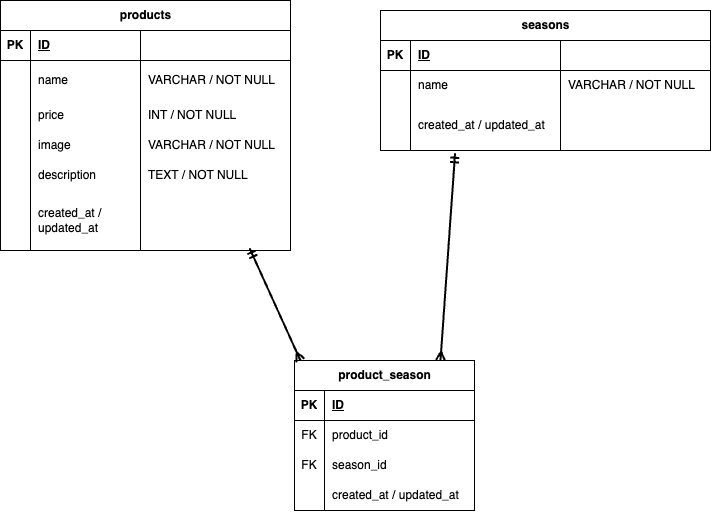
Earlier version of the draw.io export mogitate1.png (kenji-kobayashi15/mogitate). Source tidied: cells renumbered, new cells last; positions are measured from the earlier drawing's top-left corner, leaving out a move shared by most shapes. Its diagram source:
```xml
<mxGraphModel background="#FFFFFF">
  <root>
    <mxCell id="0" />
    <mxCell id="1" parent="0" />
    <mxCell id="2" value="seasons" style="shape=table;startSize=30;rowLines=0;fontStyle=1;align=center;html=1;" parent="1" vertex="1">
      <mxGeometry x="380" y="10" width="330" height="140" as="geometry" />
    </mxCell>
    <mxCell id="3" style="shape=tableRow;horizontal=0;startSize=0;swimlaneHead=0;swimlaneBody=0;fillColor=none;top=0;left=0;right=0;bottom=1;" parent="2" vertex="1">
      <mxGeometry y="30" width="330" height="30" as="geometry" />
    </mxCell>
    <mxCell id="4" value="PK" style="shape=partialRectangle;fillColor=none;top=0;left=0;bottom=0;right=0;fontStyle=1;overflow=hidden;whiteSpace=wrap;html=1;" parent="3" vertex="1">
      <mxGeometry width="30" height="30" as="geometry" />
    </mxCell>
    <mxCell id="5" value="ID" style="shape=partialRectangle;fillColor=none;top=0;left=0;bottom=0;right=0;align=left;spacingLeft=6;fontStyle=5;overflow=hidden;whiteSpace=wrap;html=1;" parent="3" vertex="1">
      <mxGeometry x="30" width="150" height="30" as="geometry" />
    </mxCell>
    <mxCell id="6" style="shape=partialRectangle;fillColor=none;top=0;left=0;bottom=0;right=0;align=left;spacingLeft=6;fontStyle=5;overflow=hidden;whiteSpace=wrap;html=1;" parent="3" vertex="1">
      <mxGeometry x="180" width="150" height="30" as="geometry" />
    </mxCell>
    <mxCell id="7" style="shape=tableRow;horizontal=0;startSize=0;swimlaneHead=0;swimlaneBody=0;fillColor=none;top=0;left=0;right=0;bottom=0;" parent="2" vertex="1">
      <mxGeometry y="60" width="330" height="30" as="geometry" />
    </mxCell>
    <mxCell id="8" style="shape=partialRectangle;fillColor=none;top=0;left=0;bottom=0;right=0;overflow=hidden;whiteSpace=wrap;html=1;" parent="7" vertex="1">
      <mxGeometry width="30" height="30" as="geometry" />
    </mxCell>
    <mxCell id="9" value="name" style="shape=partialRectangle;fillColor=none;top=0;left=0;bottom=0;right=0;align=left;spacingLeft=6;overflow=hidden;whiteSpace=wrap;html=1;" parent="7" vertex="1">
      <mxGeometry x="30" width="150" height="30" as="geometry" />
    </mxCell>
    <mxCell id="10" value="&lt;meta charset=&quot;utf-8&quot;&gt;VARCHAR / NOT NULL" style="shape=partialRectangle;fillColor=none;top=0;left=0;bottom=0;right=0;align=left;spacingLeft=6;overflow=hidden;whiteSpace=wrap;html=1;" parent="7" vertex="1">
      <mxGeometry x="180" width="150" height="30" as="geometry" />
    </mxCell>
    <mxCell id="11" style="shape=tableRow;horizontal=0;startSize=0;swimlaneHead=0;swimlaneBody=0;fillColor=none;points=[[0,0.5],[1,0.5]];portConstraint=eastwest;top=0;left=0;right=0;bottom=0;" parent="2" vertex="1">
      <mxGeometry y="90" width="330" height="50" as="geometry" />
    </mxCell>
    <mxCell id="12" style="shape=partialRectangle;fillColor=none;top=0;left=0;bottom=0;right=0;overflow=hidden;whiteSpace=wrap;html=1;" parent="11" vertex="1">
      <mxGeometry width="30" height="50" as="geometry" />
    </mxCell>
    <mxCell id="13" value="&lt;meta charset=&quot;utf-8&quot;&gt;created_at / updated_at" style="shape=partialRectangle;fillColor=none;top=0;left=0;bottom=0;right=0;align=left;spacingLeft=6;overflow=hidden;whiteSpace=wrap;html=1;" parent="11" vertex="1">
      <mxGeometry x="30" width="150" height="50" as="geometry" />
    </mxCell>
    <mxCell id="14" style="shape=partialRectangle;fillColor=none;top=0;left=0;bottom=0;right=0;align=left;spacingLeft=6;overflow=hidden;whiteSpace=wrap;html=1;" parent="11" vertex="1">
      <mxGeometry x="180" width="150" height="50" as="geometry" />
    </mxCell>
    <mxCell id="15" value="products" style="shape=table;startSize=30;rowLines=0;fontStyle=1;align=center;html=1;" parent="1" vertex="1">
      <mxGeometry width="290" height="250" as="geometry" />
    </mxCell>
    <mxCell id="16" style="shape=tableRow;horizontal=0;startSize=0;swimlaneHead=0;swimlaneBody=0;fillColor=none;top=0;left=0;right=0;bottom=1;" parent="15" vertex="1">
      <mxGeometry y="30" width="290" height="30" as="geometry" />
    </mxCell>
    <mxCell id="17" value="PK" style="shape=partialRectangle;fillColor=none;top=0;left=0;bottom=0;right=0;fontStyle=1;overflow=hidden;whiteSpace=wrap;html=1;" parent="16" vertex="1">
      <mxGeometry width="30" height="30" as="geometry" />
    </mxCell>
    <mxCell id="18" value="ID" style="shape=partialRectangle;fillColor=none;top=0;left=0;bottom=0;right=0;align=left;spacingLeft=6;fontStyle=5;overflow=hidden;whiteSpace=wrap;html=1;" parent="16" vertex="1">
      <mxGeometry x="30" width="110" height="30" as="geometry" />
    </mxCell>
    <mxCell id="19" style="shape=partialRectangle;fillColor=none;top=0;left=0;bottom=0;right=0;align=left;spacingLeft=6;fontStyle=5;overflow=hidden;whiteSpace=wrap;html=1;" parent="16" vertex="1">
      <mxGeometry x="140" width="150" height="30" as="geometry" />
    </mxCell>
    <mxCell id="20" style="shape=tableRow;horizontal=0;startSize=0;swimlaneHead=0;swimlaneBody=0;fillColor=none;top=0;left=0;right=0;bottom=0;" parent="15" vertex="1">
      <mxGeometry y="60" width="290" height="40" as="geometry" />
    </mxCell>
    <mxCell id="21" style="shape=partialRectangle;fillColor=none;top=0;left=0;bottom=0;right=0;overflow=hidden;whiteSpace=wrap;html=1;" parent="20" vertex="1">
      <mxGeometry width="30" height="40" as="geometry" />
    </mxCell>
    <mxCell id="22" value="name" style="shape=partialRectangle;fillColor=none;top=0;left=0;bottom=0;right=0;align=left;spacingLeft=6;overflow=hidden;whiteSpace=wrap;html=1;" parent="20" vertex="1">
      <mxGeometry x="30" width="110" height="40" as="geometry" />
    </mxCell>
    <mxCell id="23" value="&lt;meta charset=&quot;utf-8&quot;&gt;VARCHAR / NOT NULL" style="shape=partialRectangle;fillColor=none;top=0;left=0;bottom=0;right=0;align=left;spacingLeft=6;overflow=hidden;whiteSpace=wrap;html=1;" parent="20" vertex="1">
      <mxGeometry x="140" width="150" height="40" as="geometry" />
    </mxCell>
    <mxCell id="24" style="shape=tableRow;horizontal=0;startSize=0;swimlaneHead=0;swimlaneBody=0;fillColor=none;top=0;left=0;right=0;bottom=0;" parent="15" vertex="1">
      <mxGeometry y="100" width="290" height="30" as="geometry" />
    </mxCell>
    <mxCell id="25" style="shape=partialRectangle;fillColor=none;top=0;left=0;bottom=0;right=0;overflow=hidden;whiteSpace=wrap;html=1;" parent="24" vertex="1">
      <mxGeometry width="30" height="30" as="geometry" />
    </mxCell>
    <mxCell id="26" value="price" style="shape=partialRectangle;fillColor=none;top=0;left=0;bottom=0;right=0;align=left;spacingLeft=6;overflow=hidden;whiteSpace=wrap;html=1;" parent="24" vertex="1">
      <mxGeometry x="30" width="110" height="30" as="geometry" />
    </mxCell>
    <mxCell id="27" value="INT / NOT NULL" style="shape=partialRectangle;fillColor=none;top=0;left=0;bottom=0;right=0;align=left;spacingLeft=6;overflow=hidden;whiteSpace=wrap;html=1;" parent="24" vertex="1">
      <mxGeometry x="140" width="150" height="30" as="geometry" />
    </mxCell>
    <mxCell id="28" style="shape=tableRow;horizontal=0;startSize=0;swimlaneHead=0;swimlaneBody=0;fillColor=none;top=0;left=0;right=0;bottom=0;" parent="15" vertex="1">
      <mxGeometry y="130" width="290" height="30" as="geometry" />
    </mxCell>
    <mxCell id="29" style="shape=partialRectangle;fillColor=none;top=0;left=0;bottom=0;right=0;overflow=hidden;whiteSpace=wrap;html=1;" parent="28" vertex="1">
      <mxGeometry width="30" height="30" as="geometry" />
    </mxCell>
    <mxCell id="30" value="image" style="shape=partialRectangle;fillColor=none;top=0;left=0;bottom=0;right=0;align=left;spacingLeft=6;overflow=hidden;whiteSpace=wrap;html=1;" parent="28" vertex="1">
      <mxGeometry x="30" width="110" height="30" as="geometry" />
    </mxCell>
    <mxCell id="31" value="&lt;meta charset=&quot;utf-8&quot;&gt;VARCHAR / NOT NULL" style="shape=partialRectangle;fillColor=none;top=0;left=0;bottom=0;right=0;align=left;spacingLeft=6;overflow=hidden;whiteSpace=wrap;html=1;" parent="28" vertex="1">
      <mxGeometry x="140" width="150" height="30" as="geometry" />
    </mxCell>
    <mxCell id="32" style="shape=tableRow;horizontal=0;startSize=0;swimlaneHead=0;swimlaneBody=0;fillColor=none;top=0;left=0;right=0;bottom=0;" parent="15" vertex="1">
      <mxGeometry y="160" width="290" height="30" as="geometry" />
    </mxCell>
    <mxCell id="33" style="shape=partialRectangle;fillColor=none;top=0;left=0;bottom=0;right=0;overflow=hidden;whiteSpace=wrap;html=1;" parent="32" vertex="1">
      <mxGeometry width="30" height="30" as="geometry" />
    </mxCell>
    <mxCell id="34" value="&lt;meta charset=&quot;utf-8&quot;&gt;description" style="shape=partialRectangle;fillColor=none;top=0;left=0;bottom=0;right=0;align=left;spacingLeft=6;overflow=hidden;whiteSpace=wrap;html=1;" parent="32" vertex="1">
      <mxGeometry x="30" width="110" height="30" as="geometry" />
    </mxCell>
    <mxCell id="35" value="&lt;meta charset=&quot;utf-8&quot;&gt;TEXT / NOT NULL" style="shape=partialRectangle;fillColor=none;top=0;left=0;bottom=0;right=0;align=left;spacingLeft=6;overflow=hidden;whiteSpace=wrap;html=1;" parent="32" vertex="1">
      <mxGeometry x="140" width="150" height="30" as="geometry" />
    </mxCell>
    <mxCell id="36" style="shape=tableRow;horizontal=0;startSize=0;swimlaneHead=0;swimlaneBody=0;fillColor=none;points=[[0,0.5],[1,0.5]];portConstraint=eastwest;top=0;left=0;right=0;bottom=0;" parent="15" vertex="1">
      <mxGeometry y="190" width="290" height="60" as="geometry" />
    </mxCell>
    <mxCell id="37" style="shape=partialRectangle;fillColor=none;top=0;left=0;bottom=0;right=0;overflow=hidden;whiteSpace=wrap;html=1;" parent="36" vertex="1">
      <mxGeometry width="30" height="60" as="geometry" />
    </mxCell>
    <mxCell id="38" value="&lt;meta charset=&quot;utf-8&quot;&gt;created_at / updated_at" style="shape=partialRectangle;fillColor=none;top=0;left=0;bottom=0;right=0;align=left;spacingLeft=6;overflow=hidden;whiteSpace=wrap;html=1;" parent="36" vertex="1">
      <mxGeometry x="30" width="110" height="60" as="geometry" />
    </mxCell>
    <mxCell id="39" style="shape=partialRectangle;fillColor=none;top=0;left=0;bottom=0;right=0;align=left;spacingLeft=6;overflow=hidden;whiteSpace=wrap;html=1;" parent="36" vertex="1">
      <mxGeometry x="140" width="150" height="60" as="geometry" />
    </mxCell>
    <mxCell id="40" value="product_season" style="shape=table;startSize=30;rowLines=0;fontStyle=1;align=center;html=1;" parent="1" vertex="1">
      <mxGeometry x="294" y="360" width="180" height="150" as="geometry" />
    </mxCell>
    <mxCell id="41" style="shape=tableRow;horizontal=0;startSize=0;swimlaneHead=0;swimlaneBody=0;fillColor=none;top=0;left=0;right=0;bottom=1;" parent="40" vertex="1">
      <mxGeometry y="30" width="180" height="30" as="geometry" />
    </mxCell>
    <mxCell id="42" value="PK" style="shape=partialRectangle;fillColor=none;top=0;left=0;bottom=0;right=0;fontStyle=1;overflow=hidden;whiteSpace=wrap;html=1;" parent="41" vertex="1">
      <mxGeometry width="30" height="30" as="geometry" />
    </mxCell>
    <mxCell id="43" value="ID" style="shape=partialRectangle;fillColor=none;top=0;left=0;bottom=0;right=0;align=left;spacingLeft=6;fontStyle=5;overflow=hidden;whiteSpace=wrap;html=1;" parent="41" vertex="1">
      <mxGeometry x="30" width="150" height="30" as="geometry" />
    </mxCell>
    <mxCell id="44" style="shape=tableRow;horizontal=0;startSize=0;swimlaneHead=0;swimlaneBody=0;fillColor=none;top=0;left=0;right=0;bottom=0;" parent="40" vertex="1">
      <mxGeometry y="60" width="180" height="30" as="geometry" />
    </mxCell>
    <mxCell id="45" value="FK" style="shape=partialRectangle;fillColor=none;top=0;left=0;bottom=0;right=0;overflow=hidden;whiteSpace=wrap;html=1;" parent="44" vertex="1">
      <mxGeometry width="30" height="30" as="geometry" />
    </mxCell>
    <mxCell id="46" value="product_id" style="shape=partialRectangle;fillColor=none;top=0;left=0;bottom=0;right=0;align=left;spacingLeft=6;overflow=hidden;whiteSpace=wrap;html=1;" parent="44" vertex="1">
      <mxGeometry x="30" width="150" height="30" as="geometry" />
    </mxCell>
    <mxCell id="47" style="shape=tableRow;horizontal=0;startSize=0;swimlaneHead=0;swimlaneBody=0;fillColor=none;top=0;left=0;right=0;bottom=0;" parent="40" vertex="1">
      <mxGeometry y="90" width="180" height="30" as="geometry" />
    </mxCell>
    <mxCell id="48" value="FK" style="shape=partialRectangle;fillColor=none;top=0;left=0;bottom=0;right=0;overflow=hidden;whiteSpace=wrap;html=1;" parent="47" vertex="1">
      <mxGeometry width="30" height="30" as="geometry" />
    </mxCell>
    <mxCell id="49" value="season_id" style="shape=partialRectangle;fillColor=none;top=0;left=0;bottom=0;right=0;align=left;spacingLeft=6;overflow=hidden;whiteSpace=wrap;html=1;" parent="47" vertex="1">
      <mxGeometry x="30" width="150" height="30" as="geometry" />
    </mxCell>
    <mxCell id="50" style="shape=tableRow;horizontal=0;startSize=0;swimlaneHead=0;swimlaneBody=0;fillColor=none;top=0;left=0;right=0;bottom=0;" parent="40" vertex="1">
      <mxGeometry y="120" width="180" height="30" as="geometry" />
    </mxCell>
    <mxCell id="51" style="shape=partialRectangle;fillColor=none;top=0;left=0;bottom=0;right=0;overflow=hidden;whiteSpace=wrap;html=1;" parent="50" vertex="1">
      <mxGeometry width="30" height="30" as="geometry" />
    </mxCell>
    <mxCell id="52" value="created_at / updated_at" style="shape=partialRectangle;fillColor=none;top=0;left=0;bottom=0;right=0;align=left;spacingLeft=6;overflow=hidden;whiteSpace=wrap;html=1;" parent="50" vertex="1">
      <mxGeometry x="30" width="150" height="30" as="geometry" />
    </mxCell>
    <mxCell id="53" style="endArrow=ERmany;html=1;rounded=0;curved=1;startArrow=ERmandOne;startFill=0;endFill=0;entryX=0.033;entryY=0;entryDx=0;entryDy=0;entryPerimeter=0;exitX=0.859;exitY=0.964;exitDx=0;exitDy=0;exitPerimeter=0;strokeWidth=2;" parent="1" edge="1" source="36" target="40">
      <mxGeometry relative="1" as="geometry" />
    </mxCell>
    <mxCell id="54" style="endArrow=ERmany;html=1;rounded=0;curved=1;startArrow=ERmandOne;startFill=0;endFill=0;entryX=0.811;entryY=0;entryDx=0;entryDy=0;entryPerimeter=0;exitX=0.226;exitY=1.055;exitDx=0;exitDy=0;exitPerimeter=0;strokeWidth=2;" parent="1" edge="1" source="11" target="40">
      <mxGeometry relative="1" as="geometry" />
    </mxCell>
  </root>
</mxGraphModel>
```
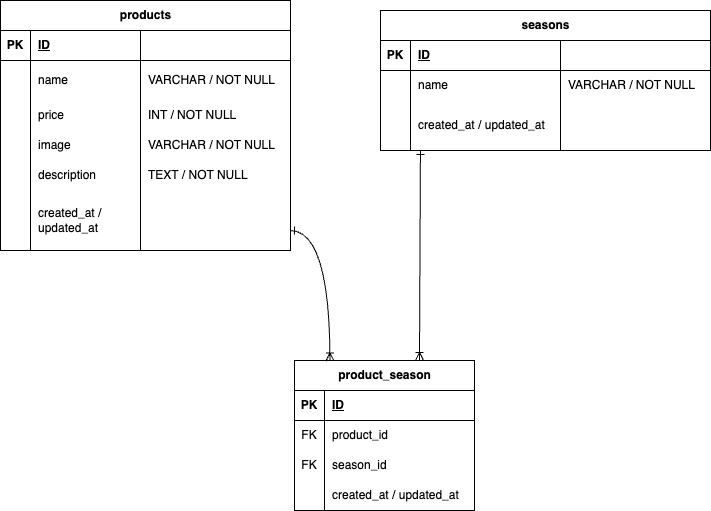
After the commit.

The edit, as a diff of the source:
```diff
@@ -1,4 +1,4 @@
-<mxGraphModel background="#FFFFFF">
+<mxGraphModel background="#ffffff">
   <root>
     <mxCell id="0" />
     <mxCell id="1" parent="0" />
@@ -155,11 +155,15 @@
     <mxCell id="52" value="created_at / updated_at" style="shape=partialRectangle;fillColor=none;top=0;left=0;bottom=0;right=0;align=left;spacingLeft=6;overflow=hidden;whiteSpace=wrap;html=1;" parent="50" vertex="1">
       <mxGeometry x="30" width="150" height="30" as="geometry" />
     </mxCell>
-    <mxCell id="53" style="endArrow=ERmany;html=1;rounded=0;curved=1;startArrow=ERmandOne;startFill=0;endFill=0;entryX=0.033;entryY=0;entryDx=0;entryDy=0;entryPerimeter=0;exitX=0.859;exitY=0.964;exitDx=0;exitDy=0;exitPerimeter=0;strokeWidth=2;" parent="1" edge="1" source="36" target="40">
-      <mxGeometry relative="1" as="geometry" />
+    <mxCell id="53" style="endArrow=ERoneToMany;html=1;rounded=0;startArrow=ERone;startFill=0;endFill=0;strokeWidth=1;elbow=vertical;edgeStyle=orthogonalEdgeStyle;curved=1;entryX=0.197;entryY=0.003;entryDx=0;entryDy=0;entryPerimeter=0;" parent="1" edge="1" target="40">
+      <mxGeometry relative="1" as="geometry">
+        <mxPoint x="290" y="230" as="sourcePoint" />
+      </mxGeometry>
     </mxCell>
-    <mxCell id="54" style="endArrow=ERmany;html=1;rounded=0;curved=1;startArrow=ERmandOne;startFill=0;endFill=0;entryX=0.811;entryY=0;entryDx=0;entryDy=0;entryPerimeter=0;exitX=0.226;exitY=1.055;exitDx=0;exitDy=0;exitPerimeter=0;strokeWidth=2;" parent="1" edge="1" source="11" target="40">
-      <mxGeometry relative="1" as="geometry" />
-    </mxCell>
+    <mxCell id="55" style="endArrow=ERoneToMany;html=1;rounded=0;startArrow=ERone;startFill=0;endFill=0;strokeWidth=1;elbow=vertical;edgeStyle=orthogonalEdgeStyle;curved=1;entryX=0.197;entryY=0.003;entryDx=0;entryDy=0;entryPerimeter=0;exitX=0.121;exitY=1;exitDx=0;exitDy=0;exitPerimeter=0;" parent="1" edge="1" source="11">
+      <mxGeometry relative="1" as="geometry">
+        <mxPoint x="419" y="360" as="targetPoint" />
+      </mxGeometry>
+    </mxCell>
   </root>
 </mxGraphModel>
```
